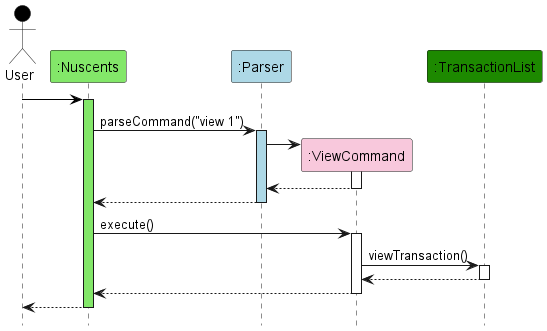
Earlier version of the PlantUML export docs/images/ViewSequenceDiagram.png (vvhuiling/tp).
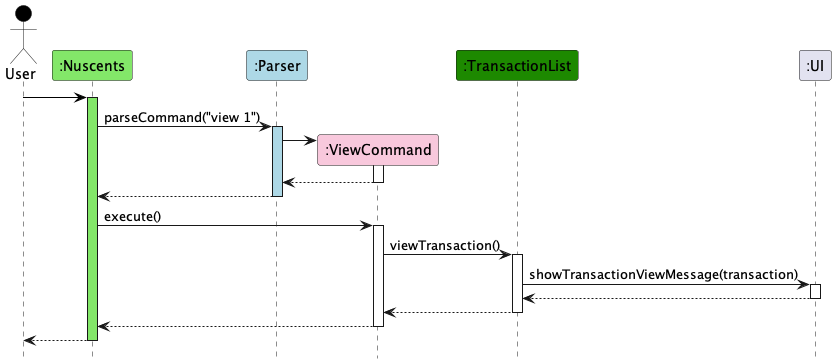
Above is the later version.

Change to the diagram source:
```diff
@@ -8,6 +8,7 @@
 Participant ":Parser" as parser PARSER_COLOR
 Participant ":ViewCommand" as ViewCommand COMMAND_COLOR
 Participant ":TransactionList" as TransactionList UI_COLOR
+Participant ":UI" as UI
 
 user -[USER_COLOR]> nuscents
 activate nuscents MAIN_COLOR
@@ -32,6 +33,12 @@
 ViewCommand -> TransactionList : viewTransaction()
 activate TransactionList
 
+TransactionList -> UI : showTransactionViewMessage(transaction)
+activate UI
+
+UI --> TransactionList
+deactivate UI
+
 TransactionList --> ViewCommand
 deactivate TransactionList
 
```
